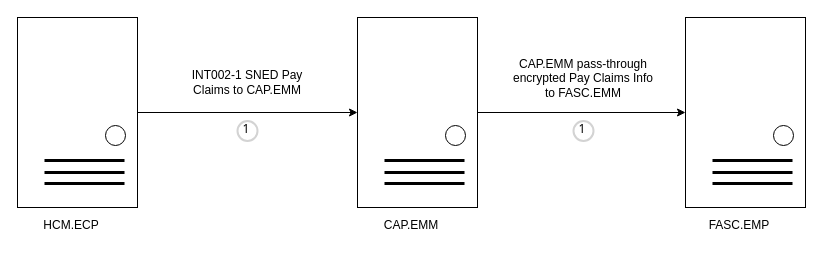
Before: page "FASC.EMP" (12 of 13) of Untitled Diagram.drawio in wsxad234/flowchart, a draw.io diagram. Source tidied: cells renumbered, new cells numbered last; positions are measured from the earlier drawing's top-left corner, leaving out a move shared by most shapes. Both pictures are drawn from the tidied source at 100%, with x=0, y=0 at pixel (17, 17).
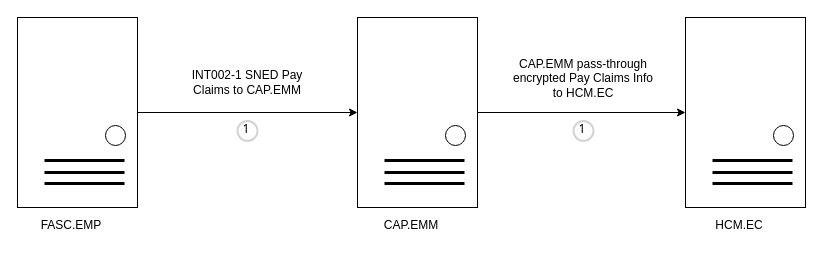
The same diagram, later.

What changed in the source:
```diff
@@
-    <mxCell id="5" value="HCM.ECP" style="text;html=1;strokeColor=none;fillColor=none;align=center;verticalAlign=middle;whiteSpace=wrap;rounded=0;" parent="1" vertex="1">
+    <mxCell id="5" value="FASC.EMP" style="text;html=1;strokeColor=none;fillColor=none;align=center;verticalAlign=middle;whiteSpace=wrap;rounded=0;" parent="1" vertex="1">
       <mxGeometry x="24" y="193" width="60" height="30" as="geometry" />
     </mxCell>
@@
-    <mxCell id="11" value="FASC.EMP" style="text;html=1;strokeColor=none;fillColor=none;align=center;verticalAlign=middle;whiteSpace=wrap;rounded=0;" parent="1" vertex="1">
+    <mxCell id="11" value="HCM.EC" style="text;html=1;strokeColor=none;fillColor=none;align=center;verticalAlign=middle;whiteSpace=wrap;rounded=0;" parent="1" vertex="1">
       <mxGeometry x="692" y="193" width="60" height="30" as="geometry" />
     </mxCell>
@@
-    <mxCell id="23" value="CAP.EMM pass-through encrypted Pay Claims Info to FASC.EMM" style="text;html=1;strokeColor=none;fillColor=none;align=center;verticalAlign=middle;whiteSpace=wrap;rounded=0;" parent="1" vertex="1">
+    <mxCell id="23" value="CAP.EMM pass-through encrypted Pay Claims Info to HCM.EC" style="text;html=1;strokeColor=none;fillColor=none;align=center;verticalAlign=middle;whiteSpace=wrap;rounded=0;" parent="1" vertex="1">
       <mxGeometry x="494" y="13.5" width="144" height="94.5" as="geometry" />
     </mxCell>
```
